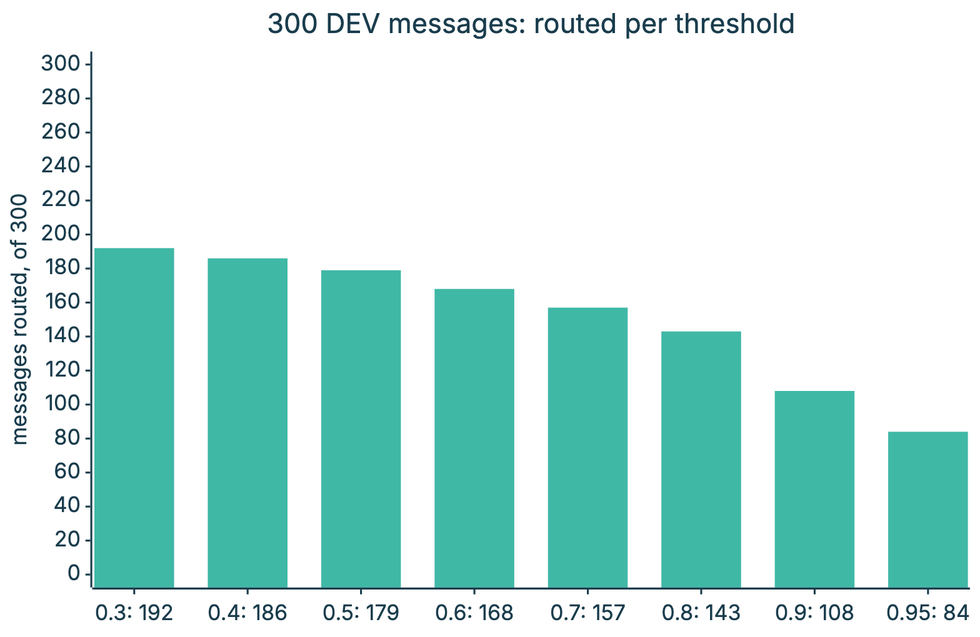
This is course/diagrams/module_03/p3-demo-sweep.png from axel-sirota/getting_started_jev, a Mermaid export, as it was before one commit. Its source is kept beside it as course/diagrams/module_03/p3-demo-sweep.mmd. Its diagram source:
```mermaid
%%{init: {"theme": "base", "themeVariables": {"fontFamily": "Inter, sans-serif", "primaryColor": "#ECF8F6", "primaryBorderColor": "#40B8A6", "primaryTextColor": "#111827", "lineColor": "#1A3D4D", "secondaryColor": "#F9FAFB", "tertiaryColor": "#FFFFFF", "clusterBkg": "#F9FAFB", "clusterBorder": "#D1D5DB", "actorBkg": "#ECF8F6", "actorBorder": "#40B8A6", "noteBkgColor": "#FFF6DA", "noteBorderColor": "#E0B84C"}}}%%
xychart-beta
  title "300 DEV messages: routed per threshold"
  x-axis ["0.3: 192", "0.4: 186", "0.5: 179", "0.6: 168", "0.7: 157", "0.8: 143", "0.9: 108", "0.95: 84"]
  y-axis "messages routed, of 300" 0 --> 300
  bar [192, 186, 179, 168, 157, 143, 108, 84]
```
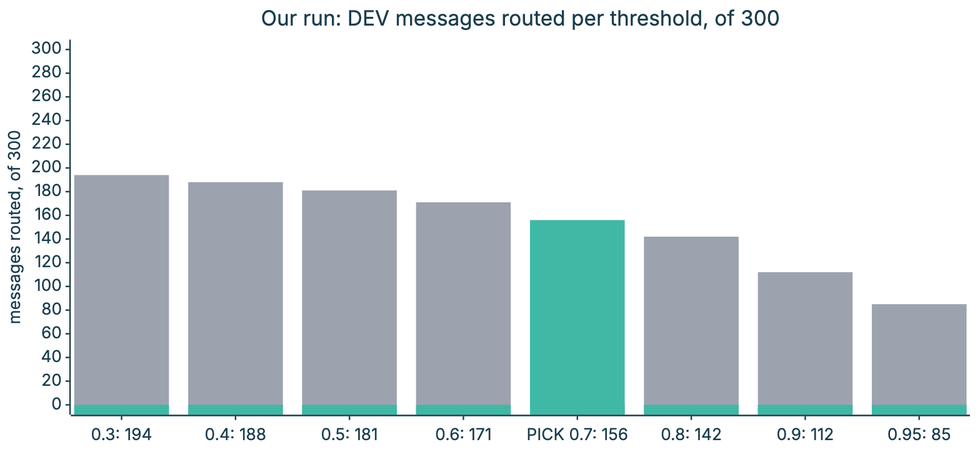
Above is the later version.

Diff of the diagram source:
```diff
@@ -1,6 +1,8 @@
 %%{init: {"theme": "base", "themeVariables": {"fontFamily": "Inter, sans-serif", "primaryColor": "#ECF8F6", "primaryBorderColor": "#40B8A6", "primaryTextColor": "#111827", "lineColor": "#1A3D4D", "secondaryColor": "#F9FAFB", "tertiaryColor": "#FFFFFF", "clusterBkg": "#F9FAFB", "clusterBorder": "#D1D5DB", "actorBkg": "#ECF8F6", "actorBorder": "#40B8A6", "noteBkgColor": "#FFF6DA", "noteBorderColor": "#E0B84C"}}}%%
+%%{init: {"themeVariables": {"xyChart": {"plotColorPalette": "#9CA3AF, #40B8A6"}}, "xyChart": {"width": 1300, "height": 600}}}%%
 xychart-beta
-  title "300 DEV messages: routed per threshold"
-  x-axis ["0.3: 192", "0.4: 186", "0.5: 179", "0.6: 168", "0.7: 157", "0.8: 143", "0.9: 108", "0.95: 84"]
+  title "Our run: DEV messages routed per threshold, of 300"
+  x-axis ["0.3: 194", "0.4: 188", "0.5: 181", "0.6: 171", "PICK 0.7: 156", "0.8: 142", "0.9: 112", "0.95: 85"]
   y-axis "messages routed, of 300" 0 --> 300
-  bar [192, 186, 179, 168, 157, 143, 108, 84]
+  bar [194, 188, 181, 171, 0, 142, 112, 85]
+  bar [0, 0, 0, 0, 156, 0, 0, 0]
```
